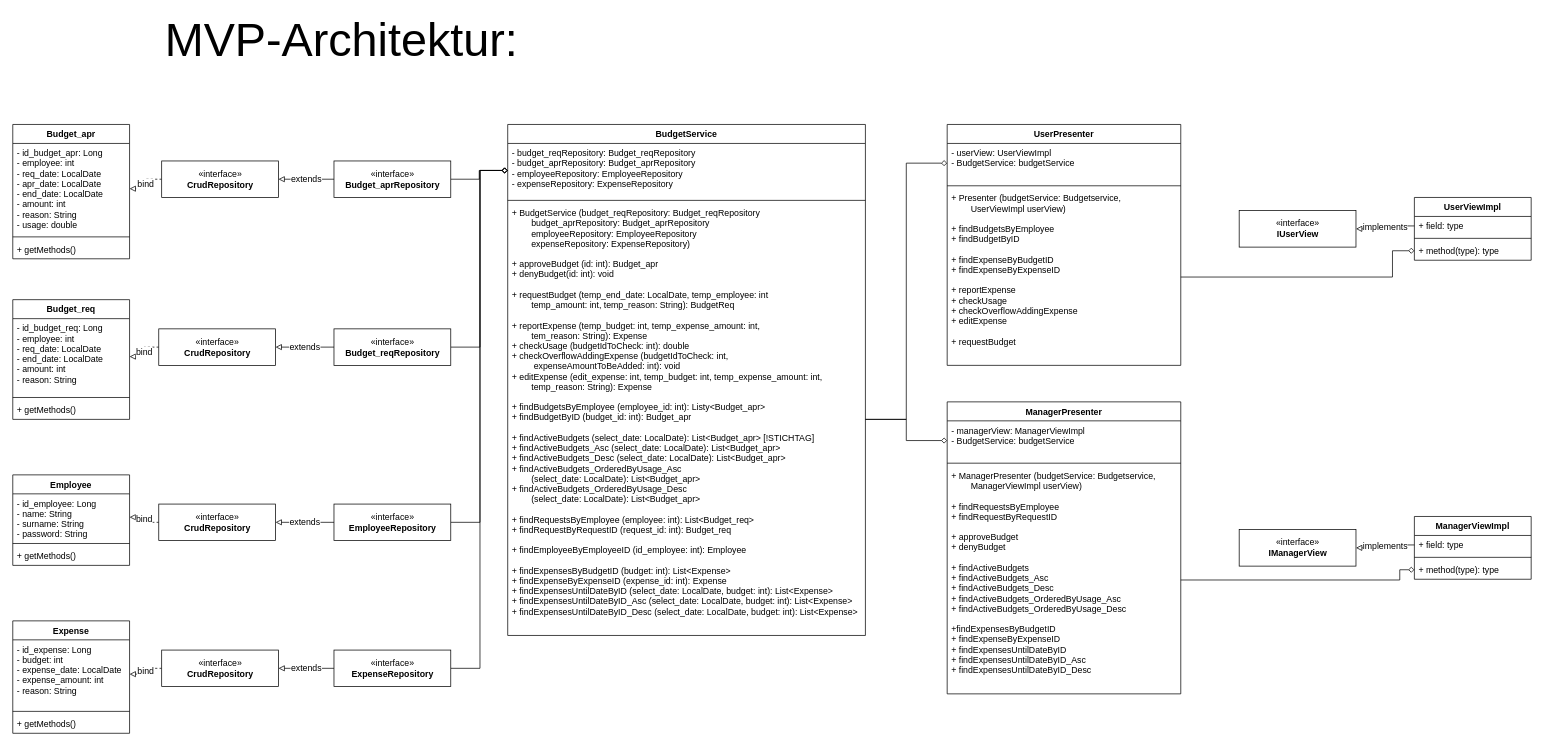
The draw.io diagram BudgetDuck_MVP-Pattern-vollständig.drawio in SirBing/UML, before the edit. Source tidied: cells renumbered, new cells numbered last; positions are measured from the earlier drawing's top-left corner, leaving out a move shared by most shapes. Both pictures are drawn from the tidied source at 73%, with x=0, y=0 at pixel (12, 29).
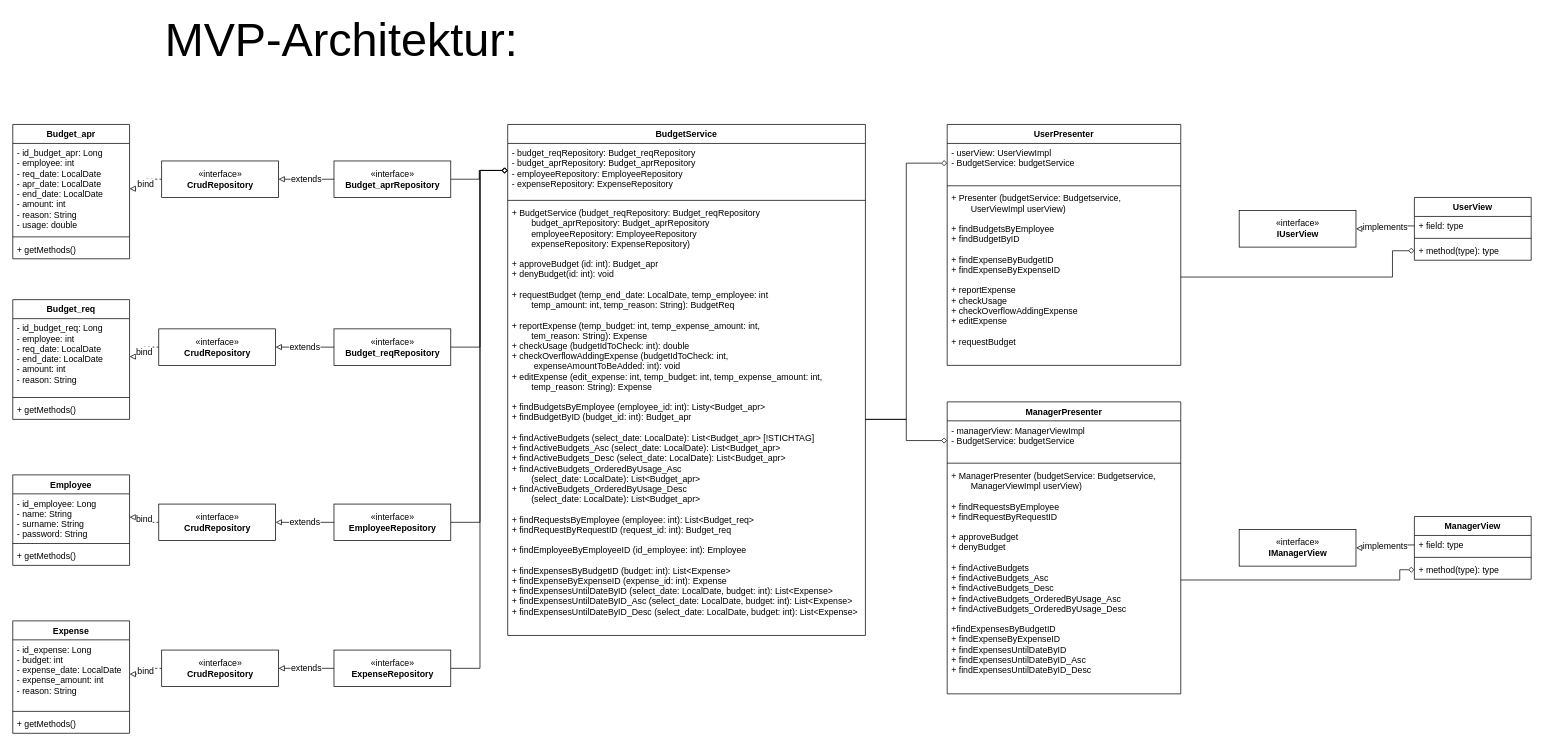
The same page after the edit.

What changed in the source:
```diff
@@
-    <mxCell id="15" value="UserViewImpl" style="swimlane;fontStyle=1;align=center;verticalAlign=top;horizontal=1;startSize=26;" parent="1" vertex="1">
+    <mxCell id="15" value="UserView" style="swimlane;fontStyle=1;align=center;verticalAlign=top;horizontal=1;startSize=26;" parent="1" vertex="1">
       <mxGeometry x="1920" y="230" width="160" height="86" as="geometry" />
     </mxCell>
@@
-    <mxCell id="56" value="ManagerViewImpl" style="swimlane;fontStyle=1;align=center;verticalAlign=top;horizontal=1;startSize=26;" parent="1" vertex="1">
+    <mxCell id="56" value="ManagerView" style="swimlane;fontStyle=1;align=center;verticalAlign=top;horizontal=1;startSize=26;" parent="1" vertex="1">
       <mxGeometry x="1920" y="667" width="160" height="86" as="geometry" />
     </mxCell>
```
